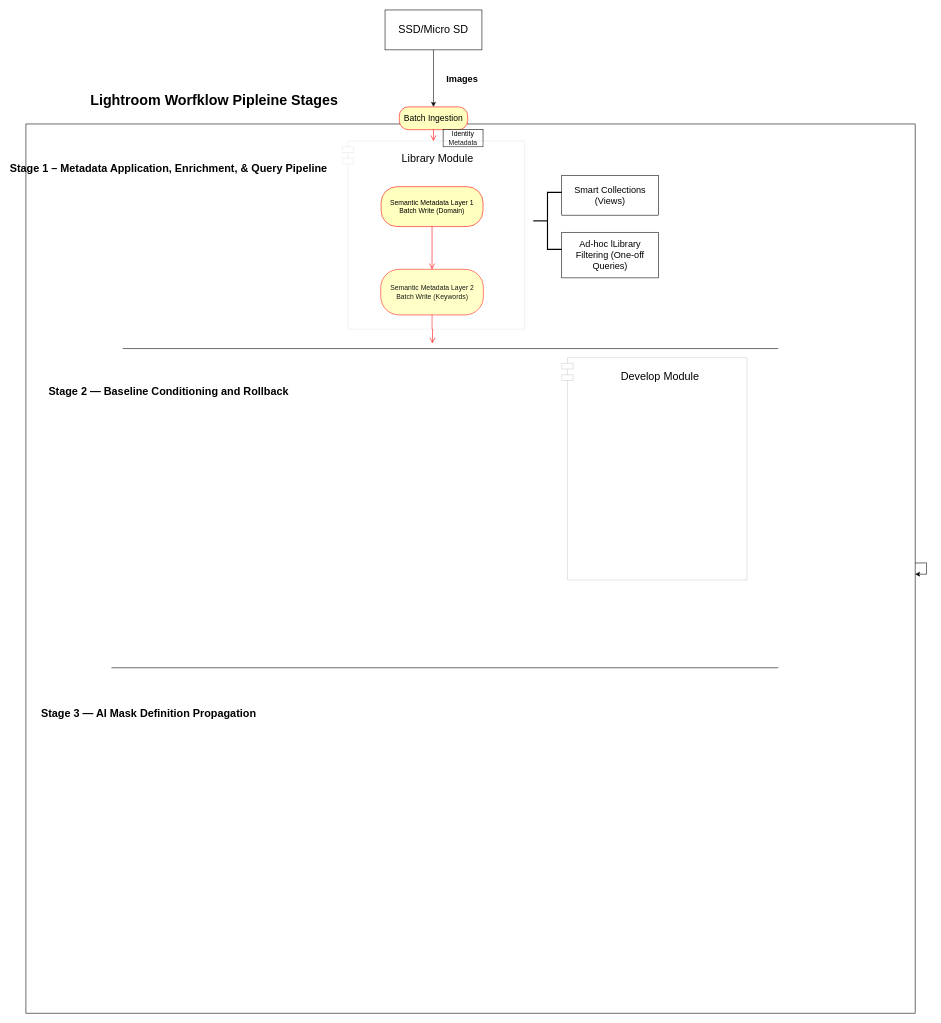
The draw.io diagram docs/pipeline-overview-diagram.drawio in Oak-22/creative-workflow-batch-transformation-pipeline, before the edit. Source tidied: cells renumbered, new cells numbered last; positions are measured from the earlier drawing's top-left corner, leaving out a move shared by most shapes. Both pictures are drawn from the tidied source at 57%, with x=0, y=0 at pixel (26, 10).
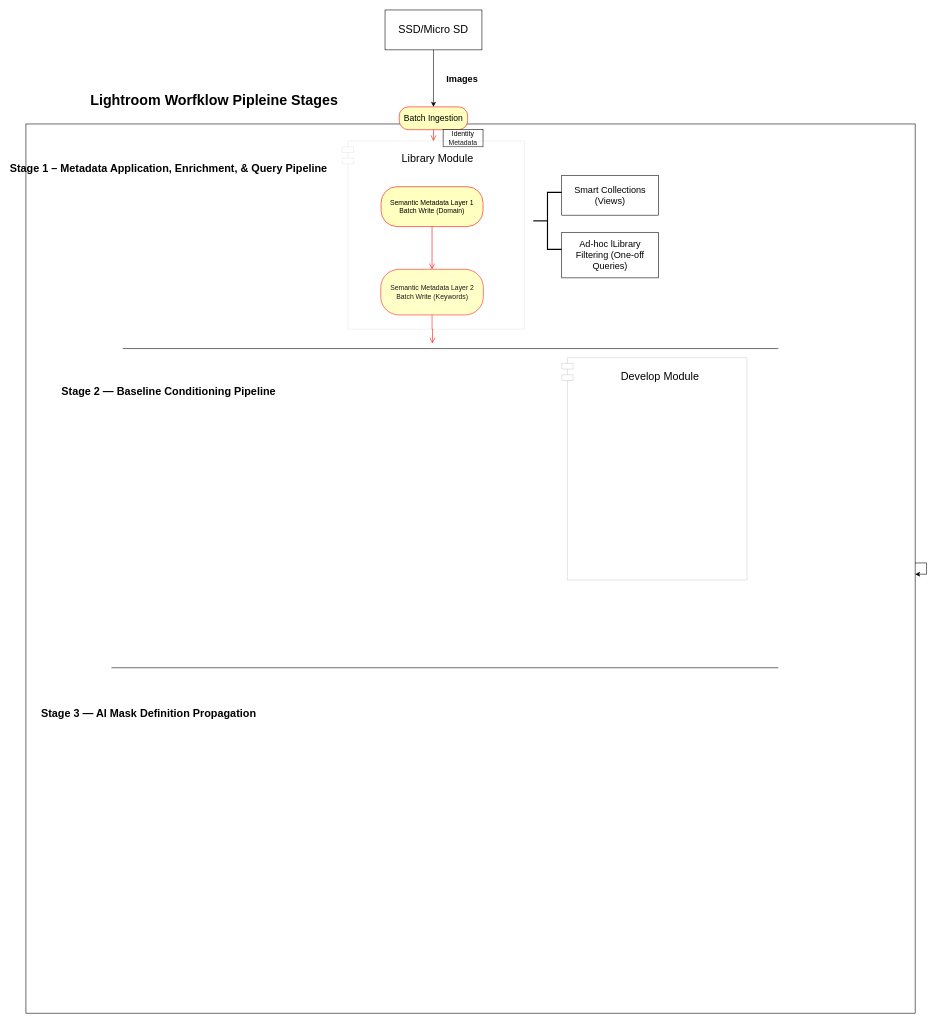
Above is the later version.

Commit message (it also covers changes not shown here):
Stage name change

What changed in the source:
```diff
@@
-    <mxCell id="18" value="&lt;font style=&quot;font-size: 19px;&quot;&gt;Stage 2 — Baseline Conditioning and Rollback&lt;/font&gt;" style="text;align=center;fontStyle=1;verticalAlign=middle;spacingLeft=3;spacingRight=3;strokeColor=none;html=1;" parent="1" vertex="1">
+    <mxCell id="18" value="&lt;font style=&quot;font-size: 19px;&quot;&gt;Stage 2 — Baseline Conditioning Pipeline&lt;/font&gt;" style="text;align=center;fontStyle=1;verticalAlign=middle;spacingLeft=3;spacingRight=3;strokeColor=none;html=1;" parent="1" vertex="1">
       <mxGeometry x="10" y="620" width="480" height="100" as="geometry" />
     </mxCell>
```
